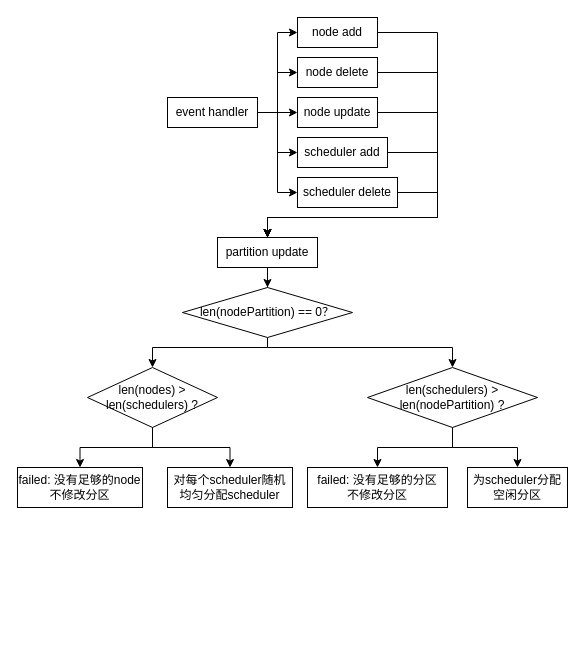
Earlier version of the draw.io diagram 毕业设计/各个功能模块的实现.drawio (AgentGuo/flow_chart). Source tidied: cells renumbered, new cells numbered last; positions are measured from the earlier drawing's top-left corner, leaving out a move shared by most shapes. Both pictures are drawn from the tidied source at 100%, with x=0, y=0 at pixel (17, 17).
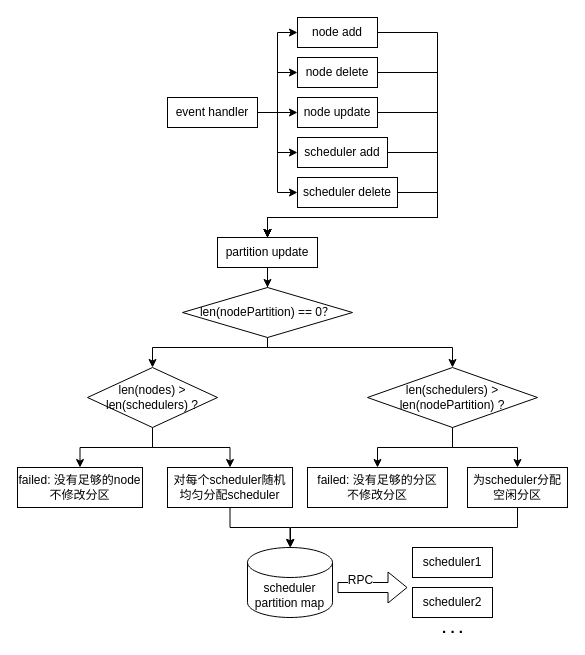
The same diagram, later.

Commit message (it also covers changes not shown here):
Update 各个功能模块的实现.drawio

Unchanged cells that the change refers to:
```xml
<mxCell id="27" value="对每个scheduler随机均匀分配scheduler" style="whiteSpace=wrap;html=1;" parent="1" vertex="1">
  <mxGeometry x="150" y="450" width="125" height="40" as="geometry" />
</mxCell>
<mxCell id="32" value="为scheduler分配空闲分区" style="whiteSpace=wrap;html=1;" parent="1" vertex="1">
  <mxGeometry x="450" y="450" width="100" height="40" as="geometry" />
</mxCell>
```

Diff of the diagram source:
```diff
@@
+    <mxCell id="33" style="edgeStyle=orthogonalEdgeStyle;rounded=0;jettySize=auto;html=1;" parent="1" edge="1" source="27" target="35">
+      <mxGeometry relative="1" as="geometry" />
+    </mxCell>
@@
+    <mxCell id="34" style="edgeStyle=orthogonalEdgeStyle;rounded=0;jettySize=auto;html=1;" parent="1" edge="1" source="32" target="35">
+      <mxGeometry relative="1" as="geometry">
+        <Array as="points">
+          <mxPoint x="500" y="510" />
+          <mxPoint x="273" y="510" />
+        </Array>
+      </mxGeometry>
+    </mxCell>
@@
+    <mxCell id="35" value="scheduler&lt;br&gt;partition map" style="shape=cylinder3;whiteSpace=wrap;html=1;boundedLbl=1;backgroundOutline=1;size=15;" parent="1" vertex="1">
+      <mxGeometry x="230" y="530" width="85" height="70" as="geometry" />
+    </mxCell>
+    <mxCell id="36" value="scheduler1" style="whiteSpace=wrap;html=1;" parent="1" vertex="1">
+      <mxGeometry x="395" y="530" width="80" height="30" as="geometry" />
+    </mxCell>
+    <mxCell id="37" value="scheduler2" style="whiteSpace=wrap;html=1;" parent="1" vertex="1">
+      <mxGeometry x="395" y="570" width="80" height="30" as="geometry" />
+    </mxCell>
+    <mxCell id="38" value="&lt;font style=&quot;font-size: 15px&quot;&gt;&lt;b&gt;. . .&lt;/b&gt;&lt;/font&gt;" style="text;html=1;align=center;verticalAlign=middle;strokeColor=none;fillColor=none;" parent="1" vertex="1">
+      <mxGeometry x="415" y="600" width="40" height="20" as="geometry" />
+    </mxCell>
+    <mxCell id="39" style="shape=flexArrow;endArrow=classic;html=1;rounded=0;fontSize=15;" parent="1" edge="1">
+      <mxGeometry relative="1" as="geometry">
+        <mxPoint x="320" y="570" as="sourcePoint" />
+        <mxPoint x="390" y="570" as="targetPoint" />
+      </mxGeometry>
+    </mxCell>
+    <mxCell id="40" value="&lt;font style=&quot;font-size: 12px&quot;&gt;RPC&lt;/font&gt;" style="edgeLabel;html=1;align=center;verticalAlign=middle;fontSize=15;" parent="39" vertex="1">
+      <mxGeometry x="-0.41" relative="1" as="geometry">
+        <mxPoint x="1" y="-10" as="offset" />
+      </mxGeometry>
+    </mxCell>
```
